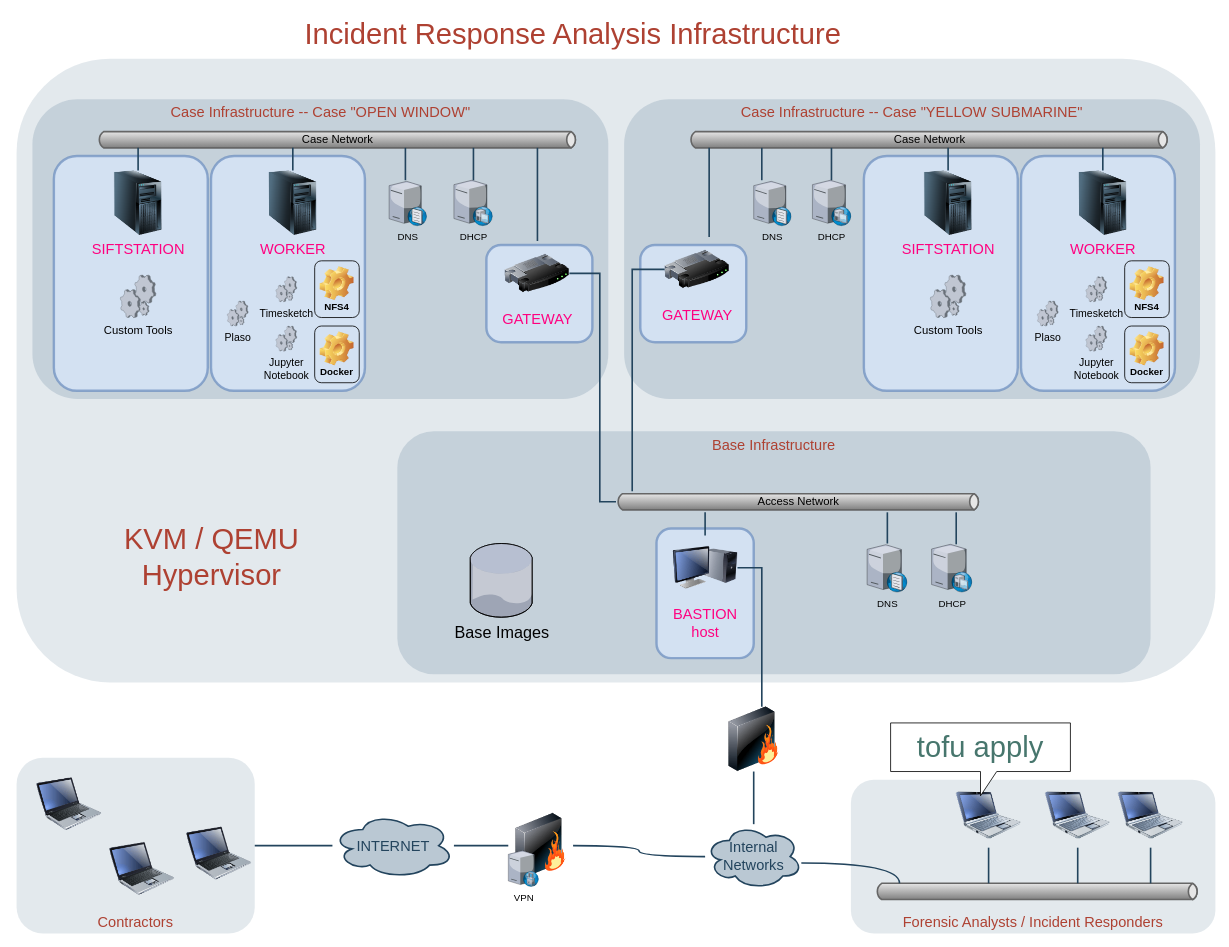
Above: docs/overview.drawio in sweigmann/dfir-infrastructure (draw.io), before the change. Source tidied: cells renumbered, new cells numbered last; positions are measured from the earlier drawing's top-left corner, leaving out a move shared by most shapes. Both pictures are drawn from the tidied source at 81%, with x=0, y=0 at pixel (14, 14).
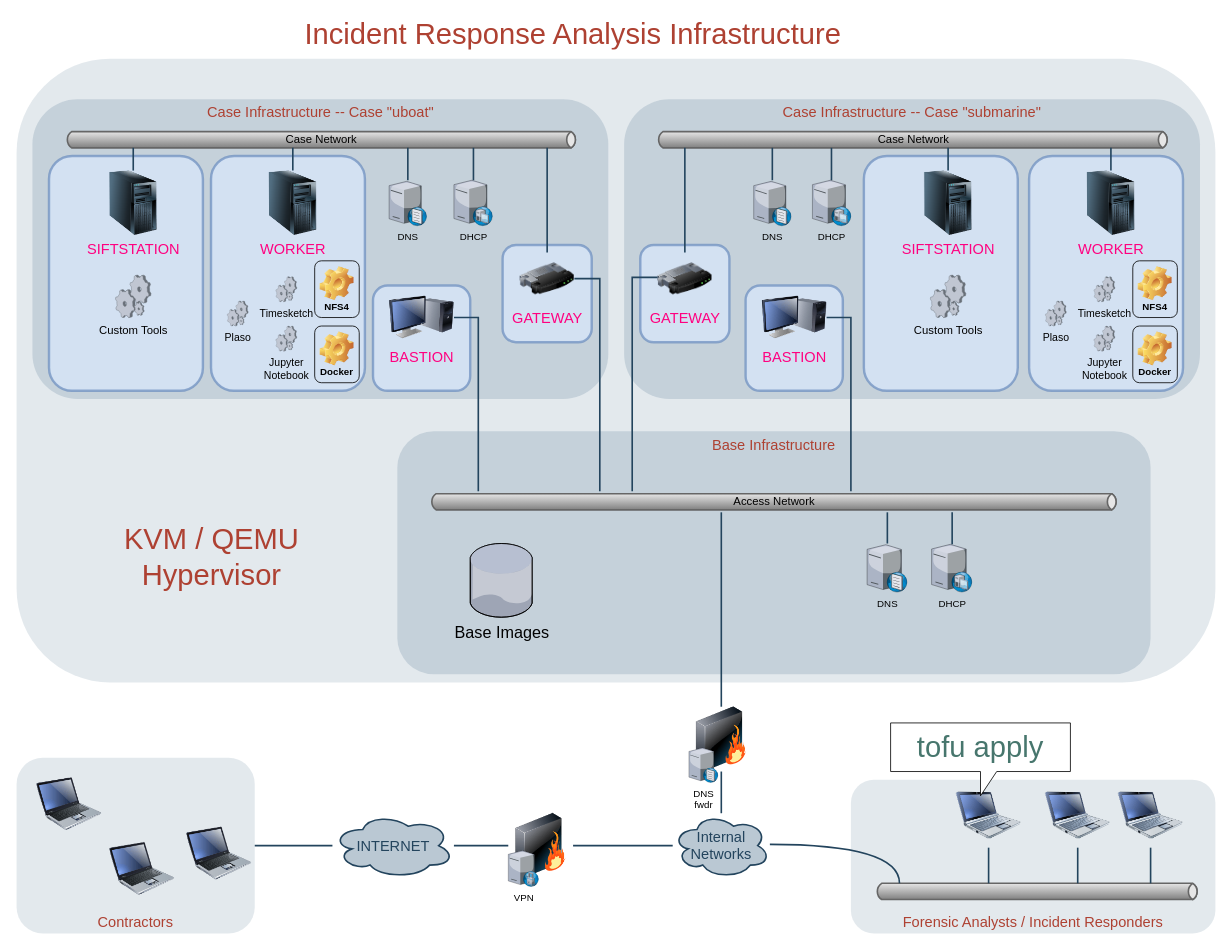
The same diagram, later.

Commit message (it also covers changes not shown here):
Bastion hosts are again part of case pools

The change refers to these unchanged cells:
```xml
<mxCell id="13" style="strokeWidth=2;strokeColor=#666666;dashed=0;align=center;html=1;fontSize=8;shape=mxgraph.eip.messageChannel;shadow=0;fillColor=#FFFFFF;gradientColor=none;fontColor=#F08705;fontStyle=0;" parent="1" vertex="1">
  <mxGeometry x="1063" y="1073" width="400" height="20" as="geometry" />
</mxCell>
<mxCell id="27" value="DHCP" style="verticalLabelPosition=bottom;sketch=0;html=1;verticalAlign=top;strokeColor=none;align=center;outlineConnect=0;shape=mxgraph.citrix.dhcp_server;" parent="1" vertex="1">
  <mxGeometry x="1132.6" y="654.5" width="49.8" height="59" as="geometry" />
</mxCell>
<mxCell id="30" value="DNS" style="verticalLabelPosition=bottom;sketch=0;html=1;verticalAlign=top;strokeColor=none;align=center;outlineConnect=0;shape=mxgraph.citrix.dns_server;" parent="1" vertex="1">
  <mxGeometry x="913" y="205" width="46.5" height="56.2" as="geometry" />
</mxCell>
<mxCell id="38" value="DNS" style="verticalLabelPosition=bottom;sketch=0;html=1;verticalAlign=top;strokeColor=none;align=center;outlineConnect=0;shape=mxgraph.citrix.dns_server;" parent="1" vertex="1">
  <mxGeometry x="462.9" y="205" width="46.5" height="56.2" as="geometry" />
</mxCell>
<mxCell id="82" style="image;html=1;image=img/lib/clip_art/networking/Firewall_128x128.png;shadow=0;strokeColor=#000000;fillColor=#FFFFFF;gradientColor=none;fontSize=18;fontColor=#F08705;fontStyle=0;" parent="81" vertex="1">
  <mxGeometry width="80" height="80" as="geometry" />
</mxCell>
```

The edit, as a diff of the source:
```diff
@@
-    <mxCell id="4" value="&lt;span style=&quot;line-height: 17.1818180084229px&quot;&gt;Case Infrastructure -- Case &quot;YELLOW SUBMARINE&quot;&lt;/span&gt;" style="rounded=1;whiteSpace=wrap;html=1;shadow=0;strokeColor=none;fillColor=#BAC8D3;gradientColor=none;fontSize=18;fontColor=#AE4132;verticalAlign=top;opacity=70;fontStyle=0;strokeWidth=3;" parent="1" vertex="1">
+    <mxCell id="4" value="&lt;span style=&quot;line-height: 17.1818180084229px&quot;&gt;Case Infrastructure -- Case &quot;submarine&quot;&lt;/span&gt;" style="rounded=1;whiteSpace=wrap;html=1;shadow=0;strokeColor=none;fillColor=#BAC8D3;gradientColor=none;fontSize=18;fontColor=#AE4132;verticalAlign=top;opacity=70;fontStyle=0;strokeWidth=3;" parent="1" vertex="1">
       <mxGeometry x="753" y="105" width="711" height="370" as="geometry" />
     </mxCell>
@@
     <mxCell id="7" value="Internal&lt;br&gt;Networks" style="ellipse;shape=cloud;whiteSpace=wrap;html=1;shadow=0;strokeColor=#23445D;fillColor=#BAC8D3;gradientColor=none;fontSize=18;fontColor=#23445D;gradientDirection=north;fontStyle=0;strokeWidth=2;" parent="1" vertex="1">
-      <mxGeometry x="853" y="1000" width="120" height="80" as="geometry" />
+      <mxGeometry x="813" y="986.5" width="120" height="80" as="geometry" />
     </mxCell>
     <mxCell id="8" value="Case Network" style="strokeWidth=2;strokeColor=#666666;dashed=0;align=center;html=1;fontSize=14;shape=mxgraph.eip.messageChannel;shadow=0;fillColor=#FFFFFF;gradientColor=none;fontColor=#000000;fontStyle=0;" parent="1" vertex="1">
-      <mxGeometry x="833" y="145" width="593" height="20" as="geometry" />
+      <mxGeometry x="793" y="145" width="633" height="20" as="geometry" />
     </mxCell>
     <mxCell id="9" value="&lt;font&gt;Access Network&lt;/font&gt;" style="strokeWidth=2;strokeColor=#666666;dashed=0;align=center;html=1;fontSize=14;shape=mxgraph.eip.messageChannel;shadow=0;fillColor=#FFFFFF;gradientColor=none;fontColor=#000000;fontStyle=0;" parent="1" vertex="1">
-      <mxGeometry x="743" y="589" width="450" height="26" as="geometry" />
+      <mxGeometry x="513" y="589" width="850" height="26" as="geometry" />
     </mxCell>
@@
-    <mxCell id="14" style="image;html=1;image=img/lib/clip_art/networking/Firewall_128x128.png;shadow=0;strokeColor=#000000;fillColor=#FFFFFF;gradientColor=none;fontSize=18;fontColor=#F08705;fontStyle=0;" parent="1" vertex="1">
-      <mxGeometry x="873" y="855" width="80" height="80" as="geometry" />
-    </mxCell>
-    <mxCell id="15" style="edgeStyle=elbowEdgeStyle;strokeWidth=2;rounded=0;endArrow=none;startArrow=none;startSize=10;endSize=10;dashed=0;html=1;strokeColor=#23445D;fontSize=18;fontColor=#F08705;startFill=0;endFill=0;fontStyle=0;" parent="1" edge="1" source="51" target="8">
-      <mxGeometry relative="1" as="geometry" />
-    </mxCell>
@@
-    <mxCell id="25" style="edgeStyle=orthogonalEdgeStyle;rounded=0;html=1;startArrow=none;startFill=0;endArrow=none;endFill=0;fontSize=18;fontColor=#F08705;strokeColor=#23445D;strokeWidth=2;curved=1;fontStyle=0;entryX=0;entryY=0;entryDx=30;entryDy=0;entryPerimeter=0;" parent="1" edge="1" source="7" target="13">
+    <mxCell id="25" style="edgeStyle=orthogonalEdgeStyle;rounded=0;html=1;startArrow=none;startFill=0;endArrow=none;endFill=0;fontSize=18;fontColor=#F08705;strokeColor=#23445D;strokeWidth=2;curved=1;fontStyle=0;" parent="1" edge="1" source="7" target="13">
       <mxGeometry relative="1" as="geometry">
         <Array as="points">
-          <mxPoint x="1093" y="1048" />
+          <mxPoint x="1093" y="1025" />
         </Array>
       </mxGeometry>
     </mxCell>
@@
-    <mxCell id="28" style="edgeStyle=elbowEdgeStyle;strokeWidth=2;rounded=0;endArrow=none;startArrow=none;startSize=10;endSize=10;dashed=0;html=1;strokeColor=#23445D;fontSize=18;fontColor=#F08705;startFill=0;endFill=0;fontStyle=0;entryX=0;entryY=1;entryDx=420;entryDy=0;entryPerimeter=0;" parent="1" edge="1" source="27" target="9">
-      <mxGeometry relative="1" as="geometry" />
-    </mxCell>
@@
-    <mxCell id="32" style="edgeStyle=elbowEdgeStyle;strokeWidth=2;rounded=0;endArrow=none;startArrow=none;startSize=10;endSize=10;dashed=0;html=1;strokeColor=#23445D;fontSize=18;fontColor=#F08705;startFill=0;endFill=0;fontStyle=0;entryX=0;entryY=1;entryDx=90;entryDy=0;entryPerimeter=0;" parent="1" edge="1" source="30" target="8">
+    <mxCell id="32" style="edgeStyle=elbowEdgeStyle;strokeWidth=2;rounded=0;endArrow=none;startArrow=none;startSize=10;endSize=10;dashed=0;html=1;strokeColor=#23445D;fontSize=18;fontColor=#F08705;startFill=0;endFill=0;fontStyle=0;" parent="1" edge="1" source="30" target="8">
       <mxGeometry relative="1" as="geometry" />
     </mxCell>
@@
-    <mxCell id="35" value="&lt;span style=&quot;line-height: 17.1818180084229px&quot;&gt;Case Infrastructure -- Case &quot;OPEN WINDOW&quot;&lt;/span&gt;" style="rounded=1;whiteSpace=wrap;html=1;shadow=0;strokeColor=none;fillColor=#BAC8D3;gradientColor=none;fontSize=18;fontColor=#AE4132;verticalAlign=top;opacity=70;fontStyle=0;strokeWidth=3;" parent="1" vertex="1">
+    <mxCell id="35" value="&lt;span style=&quot;line-height: 17.1818180084229px&quot;&gt;Case Infrastructure -- Case &quot;uboat&quot;&lt;/span&gt;" style="rounded=1;whiteSpace=wrap;html=1;shadow=0;strokeColor=none;fillColor=#BAC8D3;gradientColor=none;fontSize=18;fontColor=#AE4132;verticalAlign=top;opacity=70;fontStyle=0;strokeWidth=3;" parent="1" vertex="1">
       <mxGeometry x="22.5" y="105" width="711" height="370" as="geometry" />
     </mxCell>
     <mxCell id="36" value="Case Network" style="strokeWidth=2;strokeColor=#666666;dashed=0;align=center;html=1;fontSize=14;shape=mxgraph.eip.messageChannel;shadow=0;fillColor=#FFFFFF;gradientColor=none;fontColor=#000000;fontStyle=0;" parent="1" vertex="1">
-      <mxGeometry x="102.5" y="145" width="593" height="20" as="geometry" />
+      <mxGeometry x="63" y="145" width="632.5" height="20" as="geometry" />
     </mxCell>
-    <mxCell id="37" style="edgeStyle=elbowEdgeStyle;strokeWidth=2;rounded=0;endArrow=none;startArrow=none;startSize=10;endSize=10;dashed=0;html=1;strokeColor=#23445D;fontSize=18;fontColor=#F08705;startFill=0;endFill=0;fontStyle=0;" parent="1" edge="1" source="48" target="36">
-      <mxGeometry relative="1" as="geometry" />
-    </mxCell>
@@
-    <mxCell id="40" style="edgeStyle=elbowEdgeStyle;strokeWidth=2;rounded=0;endArrow=none;startArrow=none;startSize=10;endSize=10;dashed=0;html=1;strokeColor=#23445D;fontSize=18;fontColor=#F08705;startFill=0;endFill=0;fontStyle=0;entryX=0;entryY=1;entryDx=380;entryDy=0;entryPerimeter=0;" parent="1" edge="1" source="38" target="36">
+    <mxCell id="40" style="edgeStyle=elbowEdgeStyle;strokeWidth=2;rounded=0;endArrow=none;startArrow=none;startSize=10;endSize=10;dashed=0;html=1;strokeColor=#23445D;fontSize=18;fontColor=#F08705;startFill=0;endFill=0;fontStyle=0;" parent="1" edge="1" source="38" target="36">
       <mxGeometry relative="1" as="geometry" />
     </mxCell>
@@
-    <mxCell id="42" value="tofu apply" style="shape=callout;whiteSpace=wrap;html=1;perimeter=calloutPerimeter;fontColor=#47766D;fontSize=36;" parent="1" vertex="1">
+    <mxCell id="42" value="tofu apply" style="shape=callout;whiteSpace=wrap;html=1;perimeter=calloutPerimeter;fontColor=#47766D;fontSize=36;position2=0.5;" parent="1" vertex="1">
       <mxGeometry x="1082" y="875" width="222" height="90" as="geometry" />
     </mxCell>
@@
-    <mxCell id="46" style="group;" parent="1" vertex="1">
-      <mxGeometry x="583" y="280" width="130.8" height="125" as="geometry" />
-    </mxCell>
-    <mxCell id="47" style="rounded=1;whiteSpace=wrap;html=1;shadow=0;strokeColor=#6c8ebf;fillColor=#dae8fc;fontSize=18;verticalAlign=top;opacity=70;fontStyle=0;strokeWidth=3;" parent="46" vertex="1">
-      <mxGeometry y="5" width="130.8" height="120" as="geometry" />
-    </mxCell>
-    <mxCell id="48" value="GATEWAY" style="image;html=1;image=img/lib/clip_art/networking/Router_128x128.png;shadow=0;strokeColor=#000000;fillColor=#FFFFFF;gradientColor=none;fontSize=18;fontColor=#FF0080;fontStyle=0;labelBackgroundColor=none;" parent="46" vertex="1">
-      <mxGeometry x="22.5" width="80" height="80" as="geometry" />
-    </mxCell>
-    <mxCell id="49" style="group;" parent="1" vertex="1">
-      <mxGeometry x="773" y="275" width="130.8" height="130" as="geometry" />
-    </mxCell>
-    <mxCell id="50" style="rounded=1;whiteSpace=wrap;html=1;shadow=0;strokeColor=#6c8ebf;fillColor=#dae8fc;fontSize=18;verticalAlign=top;opacity=70;fontStyle=0;strokeWidth=3;" parent="49" vertex="1">
-      <mxGeometry y="10" width="130.8" height="120" as="geometry" />
-    </mxCell>
-    <mxCell id="51" value="GATEWAY" style="image;html=1;image=img/lib/clip_art/networking/Router_128x128.png;shadow=0;strokeColor=#000000;fillColor=#FFFFFF;gradientColor=none;fontSize=18;fontColor=#FF0080;fontStyle=0;labelBackgroundColor=none;" parent="49" vertex="1">
-      <mxGeometry x="30" width="80" height="80" as="geometry" />
-    </mxCell>
-    <mxCell id="52" style="edgeStyle=elbowEdgeStyle;strokeWidth=2;rounded=0;endArrow=none;startArrow=none;startSize=10;endSize=10;dashed=0;html=1;strokeColor=#23445D;fontSize=18;fontColor=#F08705;startFill=0;endFill=0;fontStyle=0;" parent="1" edge="1" source="51" target="9">
-      <mxGeometry relative="1" as="geometry">
-        <Array as="points">
-          <mxPoint x="763" y="315" />
-        </Array>
-      </mxGeometry>
-    </mxCell>
-    <mxCell id="53" style="edgeStyle=elbowEdgeStyle;strokeWidth=2;rounded=0;endArrow=none;startArrow=none;startSize=10;endSize=10;dashed=0;html=1;strokeColor=#23445D;fontSize=18;fontColor=#F08705;startFill=0;endFill=0;fontStyle=0;exitX=1;exitY=0.5;exitDx=0;exitDy=0;" parent="1" edge="1" source="48" target="9">
-      <mxGeometry relative="1" as="geometry">
-        <Array as="points">
-          <mxPoint x="723" y="465" />
-        </Array>
-      </mxGeometry>
-    </mxCell>
@@
     <mxCell id="62" style="group;" parent="1" vertex="1">
-      <mxGeometry x="49" y="175" width="190" height="290" as="geometry" />
+      <mxGeometry x="43" y="175" width="190" height="290" as="geometry" />
     </mxCell>
@@
     <mxCell id="70" style="group;" parent="1" vertex="1">
-      <mxGeometry x="1243" y="175" width="190" height="290" as="geometry" />
+      <mxGeometry x="1253" y="175" width="190" height="290" as="geometry" />
     </mxCell>
@@
     <mxCell id="78" style="group;" parent="1" vertex="1">
-      <mxGeometry x="793" y="635" width="120" height="160" as="geometry" />
+      <mxGeometry x="443" y="335" width="120" height="130" as="geometry" />
     </mxCell>
     <mxCell id="79" style="rounded=1;whiteSpace=wrap;html=1;shadow=0;strokeColor=#6c8ebf;fillColor=#dae8fc;fontSize=18;verticalAlign=top;opacity=70;fontStyle=0;strokeWidth=3;" parent="78" vertex="1">
-      <mxGeometry width="120" height="160" as="geometry" />
+      <mxGeometry width="120" height="130" as="geometry" />
     </mxCell>
-    <mxCell id="80" value="&lt;font&gt;BASTION&lt;/font&gt;&lt;div&gt;&lt;font&gt;host&lt;/font&gt;&lt;/div&gt;" style="image;html=1;image=img/lib/clip_art/computers/Monitor_Tower_128x128.png;shadow=0;strokeColor=#000000;fillColor=#FFFFFF;gradientColor=none;fontSize=18;fontColor=#FF0080;fontStyle=0;labelBackgroundColor=none;" parent="78" vertex="1">
-      <mxGeometry x="20" y="8.5" width="80" height="80" as="geometry" />
+    <mxCell id="80" value="&lt;font&gt;BASTION&lt;/font&gt;" style="image;html=1;image=img/lib/clip_art/computers/Monitor_Tower_128x128.png;shadow=0;strokeColor=#000000;fillColor=#FFFFFF;gradientColor=none;fontSize=18;fontColor=#FF0080;fontStyle=0;labelBackgroundColor=none;" parent="78" vertex="1">
+      <mxGeometry x="20" y="6.9" width="80" height="65" as="geometry" />
     </mxCell>
     <mxCell id="81" style="group;fontSize=18;" parent="1" vertex="1">
-      <mxGeometry x="610" y="986.5" width="80" height="90.6" as="geometry" />
+      <mxGeometry x="610" y="986.5" width="80" height="106.4" as="geometry" />
     </mxCell>
@@
-    <mxCell id="84" style="edgeStyle=orthogonalEdgeStyle;rounded=0;html=1;startArrow=none;startFill=0;endArrow=none;endFill=0;fontSize=18;fontColor=#F08705;strokeColor=#23445D;strokeWidth=2;curved=1;fontStyle=0;exitX=1;exitY=0.5;exitDx=0;exitDy=0;" parent="1" edge="1" source="82" target="7">
+    <mxCell id="84" style="edgeStyle=orthogonalEdgeStyle;rounded=0;html=1;startArrow=none;startFill=0;endArrow=none;endFill=0;fontSize=18;fontColor=#F08705;strokeColor=#23445D;strokeWidth=2;curved=1;fontStyle=0;" parent="1" edge="1" source="82" target="7">
       <mxGeometry relative="1" as="geometry" />
     </mxCell>
@@
-    <mxCell id="89" style="edgeStyle=elbowEdgeStyle;strokeWidth=2;rounded=0;endArrow=none;startArrow=none;startSize=10;endSize=10;dashed=0;html=1;strokeColor=#23445D;fontSize=18;fontColor=#F08705;startFill=0;endFill=0;fontStyle=0;" parent="1" edge="1" source="14" target="80">
-      <mxGeometry relative="1" as="geometry">
-        <Array as="points">
-          <mxPoint x="923" y="789" />
-        </Array>
-      </mxGeometry>
-    </mxCell>
     <mxCell id="90" style="edgeStyle=elbowEdgeStyle;strokeWidth=2;rounded=0;endArrow=none;startArrow=none;startSize=10;endSize=10;dashed=0;html=1;strokeColor=#23445D;fontSize=18;fontColor=#F08705;startFill=0;endFill=0;fontStyle=0;" parent="1" edge="1" source="9" target="80">
-      <mxGeometry relative="1" as="geometry" />
+      <mxGeometry relative="1" as="geometry">
+        <Array as="points">
+          <mxPoint x="573" y="475" />
+        </Array>
+      </mxGeometry>
     </mxCell>
+    <mxCell id="91" style="group;" parent="1" vertex="1">
+      <mxGeometry x="903" y="335" width="120" height="130" as="geometry" />
+    </mxCell>
+    <mxCell id="92" style="rounded=1;whiteSpace=wrap;html=1;shadow=0;strokeColor=#6c8ebf;fillColor=#dae8fc;fontSize=18;verticalAlign=top;opacity=70;fontStyle=0;strokeWidth=3;" parent="91" vertex="1">
+      <mxGeometry width="120" height="130" as="geometry" />
+    </mxCell>
+    <mxCell id="93" value="&lt;font&gt;BASTION&lt;/font&gt;" style="image;html=1;image=img/lib/clip_art/computers/Monitor_Tower_128x128.png;shadow=0;strokeColor=#000000;fillColor=#FFFFFF;gradientColor=none;fontSize=18;fontColor=#FF0080;fontStyle=0;labelBackgroundColor=none;" parent="91" vertex="1">
+      <mxGeometry x="20" y="6.9" width="80" height="65" as="geometry" />
+    </mxCell>
+    <mxCell id="94" style="edgeStyle=elbowEdgeStyle;strokeWidth=2;rounded=0;endArrow=none;startArrow=none;startSize=10;endSize=10;dashed=0;html=1;strokeColor=#23445D;fontSize=18;fontColor=#F08705;startFill=0;endFill=0;fontStyle=0;" parent="1" edge="1" target="93">
+      <mxGeometry relative="1" as="geometry">
+        <mxPoint x="1033" y="589" as="sourcePoint" />
+        <Array as="points">
+          <mxPoint x="1033" y="505" />
+        </Array>
+      </mxGeometry>
+    </mxCell>
+    <mxCell id="28" style="edgeStyle=elbowEdgeStyle;strokeWidth=2;rounded=0;endArrow=none;startArrow=none;startSize=10;endSize=10;dashed=0;html=1;strokeColor=#23445D;fontSize=18;fontColor=#F08705;startFill=0;endFill=0;fontStyle=0;" parent="1" edge="1" source="27" target="9">
+      <mxGeometry relative="1" as="geometry" />
+    </mxCell>
+    <mxCell id="95" style="group;" parent="1" vertex="1">
+      <mxGeometry x="833" y="855" width="80" height="93.6" as="geometry" />
+    </mxCell>
+    <mxCell id="14" style="image;html=1;image=img/lib/clip_art/networking/Firewall_128x128.png;shadow=0;strokeColor=#000000;fillColor=#FFFFFF;gradientColor=none;fontSize=18;fontColor=#F08705;fontStyle=0;" parent="95" vertex="1">
+      <mxGeometry width="80" height="80" as="geometry" />
+    </mxCell>
+    <mxCell id="96" value="DNS&lt;br&gt;fwdr" style="verticalLabelPosition=bottom;sketch=0;html=1;verticalAlign=top;strokeColor=none;align=center;shape=mxgraph.citrix.dns_server;" parent="95" vertex="1">
+      <mxGeometry y="50" width="36" height="43.6" as="geometry" />
+    </mxCell>
+    <mxCell id="97" style="group;" parent="1" vertex="1">
+      <mxGeometry x="603" y="285" width="110" height="120" as="geometry" />
+    </mxCell>
+    <mxCell id="98" style="rounded=1;whiteSpace=wrap;html=1;shadow=0;strokeColor=#6c8ebf;fillColor=#dae8fc;fontSize=18;verticalAlign=top;opacity=70;fontStyle=0;strokeWidth=3;" parent="97" vertex="1">
+      <mxGeometry width="110" height="120" as="geometry" />
+    </mxCell>
+    <mxCell id="99" value="GATEWAY" style="image;html=1;image=img/lib/clip_art/networking/Router_128x128.png;shadow=0;strokeColor=#000000;fillColor=#FFFFFF;gradientColor=none;fontSize=18;fontColor=#FF0080;fontStyle=0;labelBackgroundColor=none;" parent="97" vertex="1">
+      <mxGeometry x="21.3" y="9.2" width="67.3" height="64.6" as="geometry" />
+    </mxCell>
+    <mxCell id="100" style="group;" parent="1" vertex="1">
+      <mxGeometry x="773" y="285" width="110" height="120" as="geometry" />
+    </mxCell>
+    <mxCell id="101" style="rounded=1;whiteSpace=wrap;html=1;shadow=0;strokeColor=#6c8ebf;fillColor=#dae8fc;fontSize=18;verticalAlign=top;opacity=70;fontStyle=0;strokeWidth=3;" parent="100" vertex="1">
+      <mxGeometry width="110" height="120" as="geometry" />
+    </mxCell>
+    <mxCell id="102" value="GATEWAY" style="image;html=1;image=img/lib/clip_art/networking/Router_128x128.png;shadow=0;strokeColor=#000000;fillColor=#FFFFFF;gradientColor=none;fontSize=18;fontColor=#FF0080;fontStyle=0;labelBackgroundColor=none;" parent="100" vertex="1">
+      <mxGeometry x="21.3" y="9.2" width="67.3" height="64.6" as="geometry" />
+    </mxCell>
+    <mxCell id="52" style="edgeStyle=elbowEdgeStyle;strokeWidth=2;rounded=0;endArrow=none;startArrow=none;startSize=10;endSize=10;dashed=0;html=1;strokeColor=#23445D;fontSize=18;fontColor=#F08705;startFill=0;endFill=0;fontStyle=0;" parent="1" edge="1" source="102" target="9">
+      <mxGeometry relative="1" as="geometry">
+        <Array as="points">
+          <mxPoint x="763" y="325" />
+        </Array>
+      </mxGeometry>
+    </mxCell>
+    <mxCell id="53" style="edgeStyle=elbowEdgeStyle;strokeWidth=2;rounded=0;endArrow=none;startArrow=none;startSize=10;endSize=10;dashed=0;html=1;strokeColor=#23445D;fontSize=18;fontColor=#F08705;startFill=0;endFill=0;fontStyle=0;" parent="1" edge="1" source="99" target="9">
+      <mxGeometry relative="1" as="geometry">
+        <Array as="points">
+          <mxPoint x="723" y="465" />
+        </Array>
+      </mxGeometry>
+    </mxCell>
+    <mxCell id="15" style="edgeStyle=elbowEdgeStyle;strokeWidth=2;rounded=0;endArrow=none;startArrow=none;startSize=10;endSize=10;dashed=0;html=1;strokeColor=#23445D;fontSize=18;fontColor=#F08705;startFill=0;endFill=0;fontStyle=0;" parent="1" edge="1" source="102" target="8">
+      <mxGeometry relative="1" as="geometry" />
+    </mxCell>
+    <mxCell id="37" style="edgeStyle=elbowEdgeStyle;strokeWidth=2;rounded=0;endArrow=none;startArrow=none;startSize=10;endSize=10;dashed=0;html=1;strokeColor=#23445D;fontSize=18;fontColor=#F08705;startFill=0;endFill=0;fontStyle=0;" parent="1" edge="1" source="99" target="36">
+      <mxGeometry relative="1" as="geometry" />
+    </mxCell>
+    <mxCell id="103" style="edgeStyle=elbowEdgeStyle;strokeWidth=2;rounded=0;endArrow=none;startArrow=none;startSize=10;endSize=10;dashed=0;html=1;strokeColor=#23445D;fontSize=18;fontColor=#F08705;startFill=0;endFill=0;fontStyle=0;" parent="1" edge="1" source="14" target="9">
+      <mxGeometry relative="1" as="geometry" />
+    </mxCell>
```
